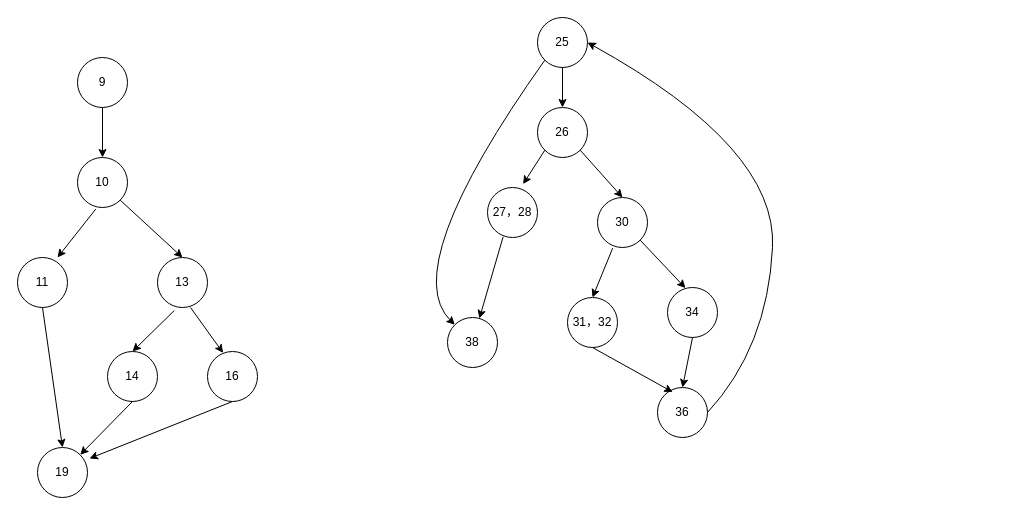
The draw.io diagram 控制流图.drawio in beyondgogogo/Graph, before the edit. Source tidied: cells renumbered, new cells numbered last; positions are measured from the earlier drawing's top-left corner, leaving out a move shared by most shapes. Both pictures are drawn from the tidied source at 100%, with x=0, y=0 at pixel (17, 17).
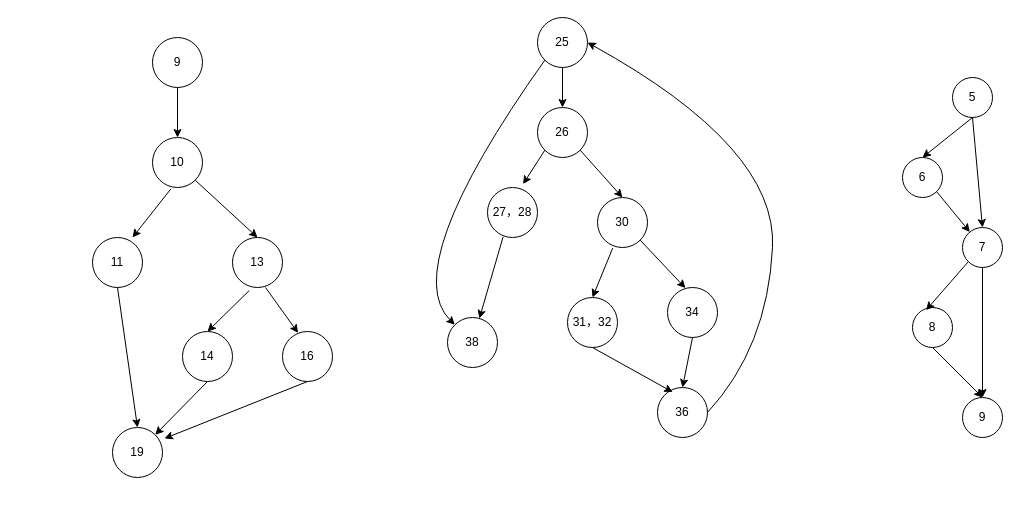
After the change.

Commit message:
更新控制流图.drawio

Change to the diagram source:
```diff
@@
     <mxCell id="3" value="9" style="ellipse;whiteSpace=wrap;html=1;" parent="1" vertex="1">
-      <mxGeometry x="60" y="40" width="50" height="50" as="geometry" />
+      <mxGeometry x="135" y="20" width="50" height="50" as="geometry" />
     </mxCell>
     <mxCell id="4" value="10" style="ellipse;whiteSpace=wrap;html=1;" parent="1" vertex="1">
-      <mxGeometry x="60" y="140" width="50" height="50" as="geometry" />
+      <mxGeometry x="135" y="120" width="50" height="50" as="geometry" />
     </mxCell>
     <mxCell id="5" value="13" style="ellipse;whiteSpace=wrap;html=1;" parent="1" vertex="1">
-      <mxGeometry x="140" y="240" width="50" height="50" as="geometry" />
+      <mxGeometry x="215" y="220" width="50" height="50" as="geometry" />
     </mxCell>
     <mxCell id="6" value="11" style="ellipse;whiteSpace=wrap;html=1;" parent="1" vertex="1">
-      <mxGeometry y="240" width="50" height="50" as="geometry" />
+      <mxGeometry x="75" y="220" width="50" height="50" as="geometry" />
     </mxCell>
     <mxCell id="7" value="19" style="ellipse;whiteSpace=wrap;html=1;" parent="1" vertex="1">
-      <mxGeometry x="20" y="430" width="50" height="50" as="geometry" />
+      <mxGeometry x="95" y="410" width="50" height="50" as="geometry" />
     </mxCell>
     <mxCell id="8" value="16" style="ellipse;whiteSpace=wrap;html=1;" parent="1" vertex="1">
-      <mxGeometry x="190" y="334" width="50" height="50" as="geometry" />
+      <mxGeometry x="265" y="314" width="50" height="50" as="geometry" />
     </mxCell>
     <mxCell id="9" value="14" style="ellipse;whiteSpace=wrap;html=1;" parent="1" vertex="1">
-      <mxGeometry x="90" y="334" width="50" height="50" as="geometry" />
+      <mxGeometry x="165" y="314" width="50" height="50" as="geometry" />
     </mxCell>
@@
     <mxCell id="12" style="endArrow=classic;html=1;rounded=0;exitX=1;exitY=1;exitDx=0;exitDy=0;entryX=0.312;entryY=0.028;entryDx=0;entryDy=0;entryPerimeter=0;" parent="1" edge="1" target="8">
       <mxGeometry relative="1" as="geometry">
-        <mxPoint x="173" y="290" as="sourcePoint" />
+        <mxPoint x="248" y="270" as="sourcePoint" />
       </mxGeometry>
     </mxCell>
@@
+    <mxCell id="35" value="7" style="ellipse;whiteSpace=wrap;html=1;" parent="1" vertex="1">
+      <mxGeometry x="945" y="210" width="40" height="40" as="geometry" />
+    </mxCell>
+    <mxCell id="36" value="8" style="ellipse;whiteSpace=wrap;html=1;" parent="1" vertex="1">
+      <mxGeometry x="895" y="290" width="40" height="40" as="geometry" />
+    </mxCell>
+    <mxCell id="37" value="6" style="ellipse;whiteSpace=wrap;html=1;" parent="1" vertex="1">
+      <mxGeometry x="885" y="140" width="40" height="40" as="geometry" />
+    </mxCell>
+    <mxCell id="38" value="5" style="ellipse;whiteSpace=wrap;html=1;" parent="1" vertex="1">
+      <mxGeometry x="935" y="60" width="40" height="40" as="geometry" />
+    </mxCell>
+    <mxCell id="39" value="9" style="ellipse;whiteSpace=wrap;html=1;" parent="1" vertex="1">
+      <mxGeometry x="945" y="380" width="40" height="40" as="geometry" />
+    </mxCell>
+    <mxCell id="40" style="endArrow=classic;html=1;rounded=0;exitX=1;exitY=1;exitDx=0;exitDy=0;" parent="1" edge="1" source="37" target="35">
+      <mxGeometry relative="1" as="geometry" />
+    </mxCell>
+    <mxCell id="41" style="endArrow=classic;html=1;rounded=0;exitX=0.5;exitY=1;exitDx=0;exitDy=0;entryX=0.5;entryY=0;entryDx=0;entryDy=0;" parent="1" edge="1" source="35" target="39">
+      <mxGeometry relative="1" as="geometry" />
+    </mxCell>
+    <mxCell id="42" style="endArrow=classic;html=1;rounded=0;entryX=0.34;entryY=0.065;entryDx=0;entryDy=0;entryPerimeter=0;exitX=0;exitY=1;exitDx=0;exitDy=0;" parent="1" edge="1" source="35" target="36">
+      <mxGeometry relative="1" as="geometry" />
+    </mxCell>
+    <mxCell id="43" style="endArrow=classic;html=1;rounded=0;entryX=0.5;entryY=0;entryDx=0;entryDy=0;" parent="1" edge="1" target="35">
+      <mxGeometry relative="1" as="geometry">
+        <mxPoint x="955" y="100" as="sourcePoint" />
+      </mxGeometry>
+    </mxCell>
+    <mxCell id="44" style="endArrow=classic;html=1;rounded=0;entryX=0.5;entryY=0;entryDx=0;entryDy=0;exitX=0.5;exitY=1;exitDx=0;exitDy=0;" parent="1" edge="1" source="38" target="37">
+      <mxGeometry relative="1" as="geometry" />
+    </mxCell>
+    <mxCell id="45" style="endArrow=classic;html=1;rounded=0;entryX=0.5;entryY=0;entryDx=0;entryDy=0;exitX=0.5;exitY=1;exitDx=0;exitDy=0;" parent="1" edge="1" source="36" target="39">
+      <mxGeometry relative="1" as="geometry" />
+    </mxCell>
```
